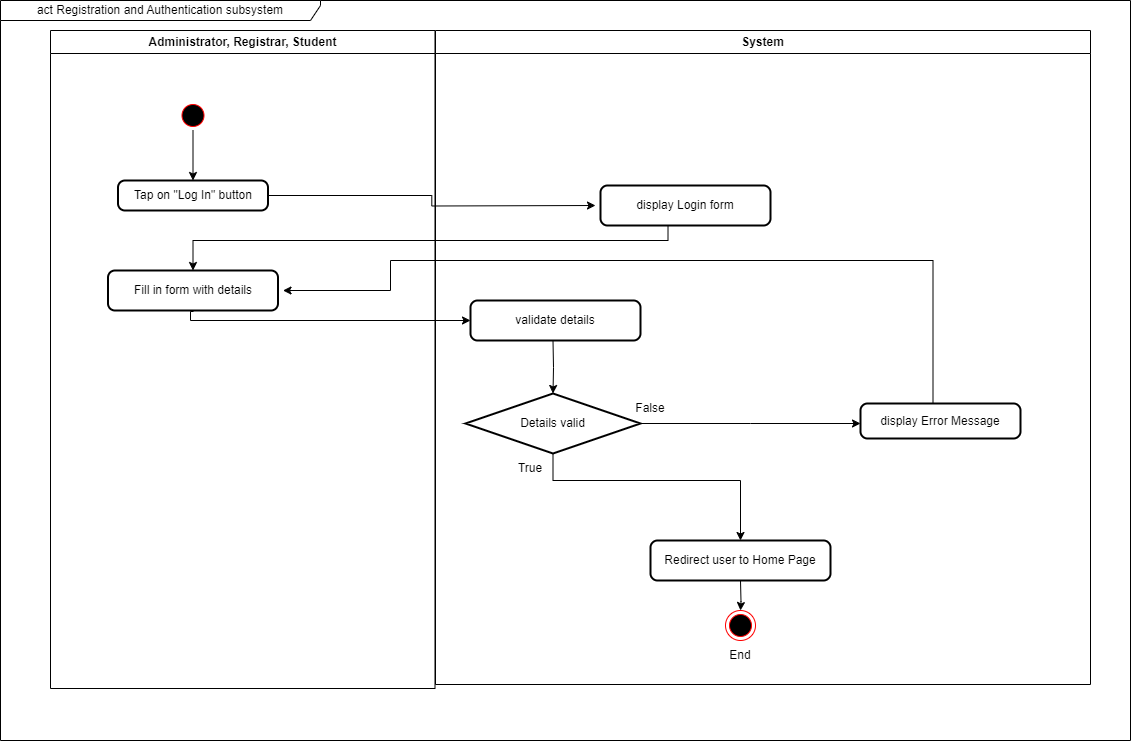
This is project/drawio/Alpha/ActivityDiagramLogIn.drawio.png from drshahizan/software-engineering, a draw.io export, as it was before one commit. Source tidied: cells renumbered, new cells last; positions are measured from the earlier drawing's top-left corner, leaving out a move shared by most shapes. Its diagram source:
```xml
<mxGraphModel>
  <root>
    <mxCell id="0" />
    <mxCell id="1" parent="0" />
    <mxCell id="2" value="Administrator, Registrar, Student" style="swimlane;whiteSpace=wrap;startSize=23;" parent="1" vertex="1">
      <mxGeometry x="50" y="30" width="384.5" height="658" as="geometry" />
    </mxCell>
    <mxCell id="3" style="ellipse;shape=startState;fillColor=#000000;strokeColor=#ff0000;" parent="2" vertex="1">
      <mxGeometry x="127.5" y="70" width="30" height="30" as="geometry" />
    </mxCell>
    <mxCell id="4" style="edgeStyle=orthogonalEdgeStyle;rounded=0;jettySize=auto;html=1;entryX=0;entryY=0.5;entryDx=0;entryDy=0;" parent="2" edge="1" target="23">
      <mxGeometry relative="1" as="geometry">
        <mxPoint x="142.5" y="280" as="sourcePoint" />
        <Array as="points">
          <mxPoint x="140" y="281" />
          <mxPoint x="140" y="290" />
        </Array>
      </mxGeometry>
    </mxCell>
    <mxCell id="5" value="System" style="swimlane;whiteSpace=wrap;" parent="1" vertex="1">
      <mxGeometry x="435" y="30" width="655" height="654" as="geometry" />
    </mxCell>
    <mxCell id="6" style="ellipse;shape=endState;fillColor=#000000;strokeColor=#ff0000;" parent="5" vertex="1">
      <mxGeometry x="290" y="580" width="30" height="30" as="geometry" />
    </mxCell>
    <mxCell id="7" style="edgeStyle=orthogonalEdgeStyle;rounded=0;jettySize=auto;html=1;" parent="5" edge="1" target="9">
      <mxGeometry relative="1" as="geometry">
        <mxPoint x="117.5" y="310" as="sourcePoint" />
      </mxGeometry>
    </mxCell>
    <mxCell id="8" style="edgeStyle=orthogonalEdgeStyle;rounded=0;jettySize=auto;html=1;" parent="5" edge="1" source="9">
      <mxGeometry relative="1" as="geometry">
        <mxPoint x="425" y="393" as="targetPoint" />
      </mxGeometry>
    </mxCell>
    <mxCell id="9" value="Details valid" style="strokeWidth=2;html=1;shape=mxgraph.flowchart.decision;whiteSpace=wrap;" parent="5" vertex="1">
      <mxGeometry x="30" y="363" width="175" height="60" as="geometry" />
    </mxCell>
    <mxCell id="10" value="True" style="text;html=1;strokeColor=none;fillColor=none;align=center;verticalAlign=middle;whiteSpace=wrap;rounded=0;" parent="5" vertex="1">
      <mxGeometry x="65" y="423" width="60" height="30" as="geometry" />
    </mxCell>
    <mxCell id="11" value="False" style="text;html=1;strokeColor=none;fillColor=none;align=center;verticalAlign=middle;whiteSpace=wrap;rounded=0;" parent="5" vertex="1">
      <mxGeometry x="185" y="363" width="60" height="30" as="geometry" />
    </mxCell>
    <mxCell id="12" style="edgeStyle=orthogonalEdgeStyle;rounded=0;jettySize=auto;html=1;" parent="5" edge="1" target="6">
      <mxGeometry relative="1" as="geometry">
        <mxPoint x="305" y="550" as="sourcePoint" />
      </mxGeometry>
    </mxCell>
    <mxCell id="13" value="End" style="text;html=1;strokeColor=none;fillColor=none;align=center;verticalAlign=middle;whiteSpace=wrap;rounded=0;" parent="5" vertex="1">
      <mxGeometry x="275" y="610" width="60" height="30" as="geometry" />
    </mxCell>
    <mxCell id="14" style="edgeStyle=orthogonalEdgeStyle;rounded=0;orthogonalLoop=1;jettySize=auto;html=1;entryX=0.5;entryY=0;entryDx=0;entryDy=0;" parent="1" edge="1">
      <mxGeometry relative="1" as="geometry">
        <mxPoint x="667.5" y="220" as="sourcePoint" />
        <mxPoint x="192.5" y="270" as="targetPoint" />
        <Array as="points">
          <mxPoint x="668" y="240" />
          <mxPoint x="193" y="240" />
        </Array>
      </mxGeometry>
    </mxCell>
    <mxCell id="15" style="edgeStyle=orthogonalEdgeStyle;rounded=0;jettySize=auto;html=1;" parent="1" edge="1" source="18">
      <mxGeometry relative="1" as="geometry">
        <mxPoint x="595" y="205" as="targetPoint" />
      </mxGeometry>
    </mxCell>
    <mxCell id="16" style="edgeStyle=orthogonalEdgeStyle;rounded=0;orthogonalLoop=1;jettySize=auto;html=1;entryX=1;entryY=0.5;entryDx=0;entryDy=0;" parent="1" edge="1">
      <mxGeometry relative="1" as="geometry">
        <mxPoint x="932.5" y="408" as="sourcePoint" />
        <mxPoint x="282.5" y="290" as="targetPoint" />
        <Array as="points">
          <mxPoint x="932" y="260" />
          <mxPoint x="390" y="260" />
          <mxPoint x="390" y="290" />
        </Array>
      </mxGeometry>
    </mxCell>
    <mxCell id="17" value="act Registration and Authentication subsystem" style="shape=umlFrame;whiteSpace=wrap;html=1;width=320;height=20;" parent="1" vertex="1">
      <mxGeometry width="1130" height="740" as="geometry" />
    </mxCell>
    <mxCell id="18" value="Tap on &quot;Log In&quot; button" style="rounded=1;whiteSpace=wrap;html=1;absoluteArcSize=1;arcSize=14;strokeWidth=2;" parent="1" vertex="1">
      <mxGeometry x="117.5" y="180" width="150" height="30" as="geometry" />
    </mxCell>
    <mxCell id="19" style="edgeStyle=orthogonalEdgeStyle;rounded=0;jettySize=auto;html=1;" parent="1" edge="1" source="3" target="18">
      <mxGeometry relative="1" as="geometry" />
    </mxCell>
    <mxCell id="20" value="Fill in form with details" style="rounded=1;whiteSpace=wrap;html=1;absoluteArcSize=1;arcSize=14;strokeWidth=2;" parent="1" vertex="1">
      <mxGeometry x="107.5" y="270" width="170" height="40" as="geometry" />
    </mxCell>
    <mxCell id="21" value="display Login form" style="rounded=1;whiteSpace=wrap;html=1;absoluteArcSize=1;arcSize=14;strokeWidth=2;" parent="1" vertex="1">
      <mxGeometry x="600" y="185" width="170" height="40" as="geometry" />
    </mxCell>
    <mxCell id="22" value="display Error Message" style="rounded=1;whiteSpace=wrap;html=1;absoluteArcSize=1;arcSize=14;strokeWidth=2;" parent="1" vertex="1">
      <mxGeometry x="860" y="403" width="160" height="35" as="geometry" />
    </mxCell>
    <mxCell id="23" value="validate details" style="rounded=1;whiteSpace=wrap;html=1;absoluteArcSize=1;arcSize=14;strokeWidth=2;" parent="1" vertex="1">
      <mxGeometry x="470" y="300" width="170" height="40" as="geometry" />
    </mxCell>
    <mxCell id="24" value="Redirect user to Home Page" style="rounded=1;whiteSpace=wrap;html=1;absoluteArcSize=1;arcSize=14;strokeWidth=2;" parent="1" vertex="1">
      <mxGeometry x="650" y="540" width="180" height="40" as="geometry" />
    </mxCell>
    <mxCell id="25" style="edgeStyle=orthogonalEdgeStyle;rounded=0;jettySize=auto;html=1;entryX=0.5;entryY=0;entryDx=0;entryDy=0;" parent="1" edge="1" source="9" target="24">
      <mxGeometry relative="1" as="geometry">
        <Array as="points">
          <mxPoint x="553" y="480" />
          <mxPoint x="740" y="480" />
        </Array>
      </mxGeometry>
    </mxCell>
  </root>
</mxGraphModel>
```
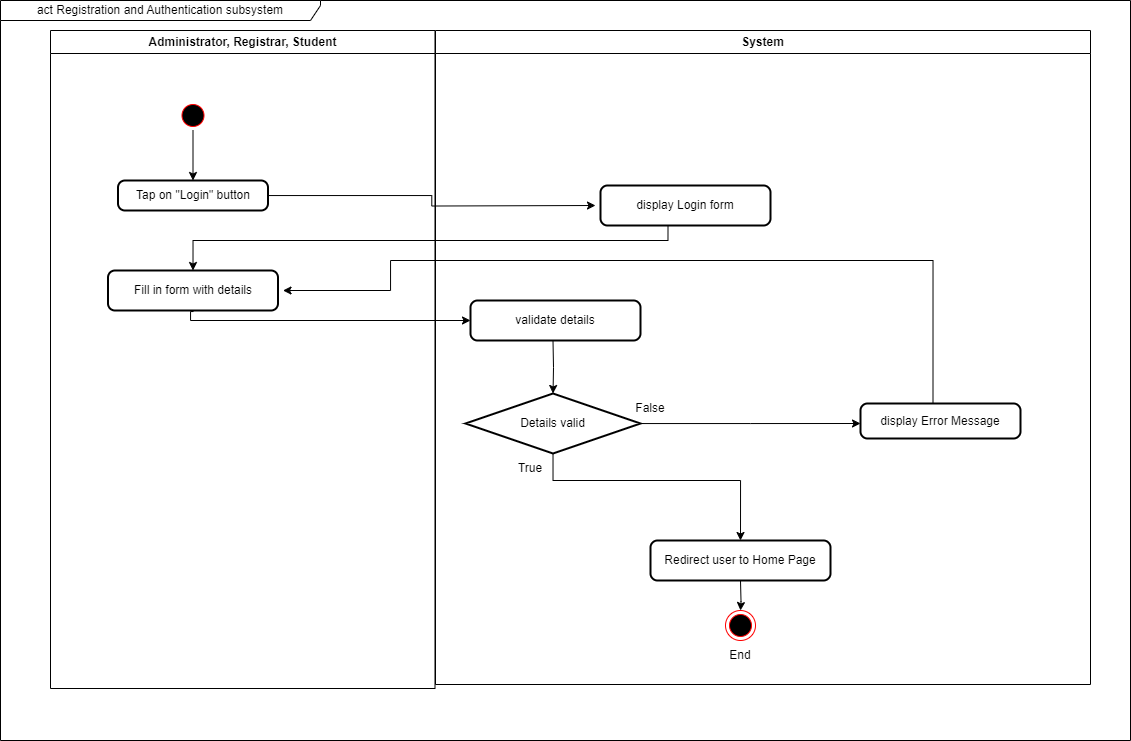
Above is the later version.

Commit message:
Sequence and activity diagram

The edit, as a diff of the source:
```diff
@@ -79,7 +79,7 @@
     <mxCell id="17" value="act Registration and Authentication subsystem" style="shape=umlFrame;whiteSpace=wrap;html=1;width=320;height=20;" parent="1" vertex="1">
       <mxGeometry width="1130" height="740" as="geometry" />
     </mxCell>
-    <mxCell id="18" value="Tap on &quot;Log In&quot; button" style="rounded=1;whiteSpace=wrap;html=1;absoluteArcSize=1;arcSize=14;strokeWidth=2;" parent="1" vertex="1">
+    <mxCell id="18" value="Tap on &quot;Login&quot; button" style="rounded=1;whiteSpace=wrap;html=1;absoluteArcSize=1;arcSize=14;strokeWidth=2;" parent="1" vertex="1">
       <mxGeometry x="117.5" y="180" width="150" height="30" as="geometry" />
     </mxCell>
     <mxCell id="19" style="edgeStyle=orthogonalEdgeStyle;rounded=0;jettySize=auto;html=1;" parent="1" edge="1" source="3" target="18">
```
